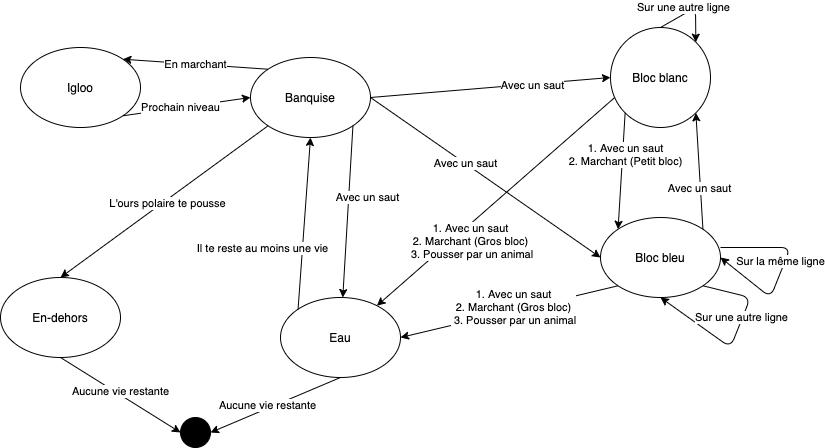
Earlier version of the draw.io export images/frostbite-pdm.png (Maesimt/frost-bite-learning). Source tidied: cells renumbered, new cells last; positions are measured from the earlier drawing's top-left corner, leaving out a move shared by most shapes. The source it was exported from:
```xml
<mxGraphModel>
  <root>
    <mxCell id="0" />
    <mxCell id="1" parent="0" />
    <mxCell id="2" value="Banquise" style="ellipse;whiteSpace=wrap;html=1;" parent="1" vertex="1">
      <mxGeometry x="250" y="50" width="120" height="80" as="geometry" />
    </mxCell>
    <mxCell id="3" value="Bloc blanc" style="ellipse;whiteSpace=wrap;html=1;" parent="1" vertex="1">
      <mxGeometry x="610" y="20" width="100" height="100" as="geometry" />
    </mxCell>
    <mxCell id="4" style="ellipse;whiteSpace=wrap;html=1;fillColor=#000000;" parent="1" vertex="1">
      <mxGeometry x="180" y="410" width="30" height="30" as="geometry" />
    </mxCell>
    <mxCell id="5" style="endArrow=classic;html=1;exitX=1;exitY=0.5;exitDx=0;exitDy=0;entryX=0;entryY=0.5;entryDx=0;entryDy=0;" parent="1" edge="1" source="2" target="3">
      <mxGeometry relative="1" as="geometry" />
    </mxCell>
    <mxCell id="6" value="Avec un saut" style="edgeLabel;html=1;align=center;verticalAlign=middle;" parent="5" vertex="1">
      <mxGeometry x="0.34" y="-1" relative="1" as="geometry" />
    </mxCell>
    <mxCell id="7" value="Igloo" style="ellipse;whiteSpace=wrap;html=1;fillColor=#FFFFFF;" parent="1" vertex="1">
      <mxGeometry x="20" y="40" width="120" height="80" as="geometry" />
    </mxCell>
    <mxCell id="8" value="Eau" style="ellipse;whiteSpace=wrap;html=1;fillColor=#FFFFFF;" parent="1" vertex="1">
      <mxGeometry x="280" y="290" width="120" height="80" as="geometry" />
    </mxCell>
    <mxCell id="9" style="endArrow=classic;html=1;exitX=0;exitY=0;exitDx=0;exitDy=0;entryX=0.5;entryY=1;entryDx=0;entryDy=0;" parent="1" edge="1" source="8" target="2">
      <mxGeometry relative="1" as="geometry" />
    </mxCell>
    <mxCell id="10" value="Il te reste au moins une vie" style="edgeLabel;html=1;align=center;verticalAlign=middle;" parent="9" vertex="1">
      <mxGeometry x="-0.29" y="3" relative="1" as="geometry">
        <mxPoint x="-37" as="offset" />
      </mxGeometry>
    </mxCell>
    <mxCell id="11" value="En-dehors" style="ellipse;whiteSpace=wrap;html=1;fillColor=#FFFFFF;" parent="1" vertex="1">
      <mxGeometry y="270" width="120" height="80" as="geometry" />
    </mxCell>
    <mxCell id="12" style="endArrow=classic;html=1;exitX=1;exitY=1;exitDx=0;exitDy=0;" parent="1" edge="1" source="2" target="8">
      <mxGeometry relative="1" as="geometry" />
    </mxCell>
    <mxCell id="13" value="Avec un saut" style="edgeLabel;html=1;align=center;verticalAlign=middle;" parent="12" vertex="1">
      <mxGeometry x="-0.29" relative="1" as="geometry">
        <mxPoint x="17.6" y="10.7" as="offset" />
      </mxGeometry>
    </mxCell>
    <mxCell id="14" style="endArrow=classic;html=1;exitX=0;exitY=1;exitDx=0;exitDy=0;entryX=0.5;entryY=0;entryDx=0;entryDy=0;" parent="1" edge="1" source="2" target="11">
      <mxGeometry relative="1" as="geometry" />
    </mxCell>
    <mxCell id="15" value="L'ours polaire te pousse" style="edgeLabel;html=1;align=center;verticalAlign=middle;" parent="14" vertex="1">
      <mxGeometry x="-0.02" y="3" relative="1" as="geometry" />
    </mxCell>
    <mxCell id="16" style="endArrow=classic;html=1;exitX=0.5;exitY=1;exitDx=0;exitDy=0;entryX=0;entryY=0.5;entryDx=0;entryDy=0;" parent="1" edge="1" source="11" target="4">
      <mxGeometry relative="1" as="geometry" />
    </mxCell>
    <mxCell id="17" value="Aucune vie restante" style="edgeLabel;html=1;align=center;verticalAlign=middle;" parent="16" vertex="1">
      <mxGeometry x="-0.04" y="3" relative="1" as="geometry" />
    </mxCell>
    <mxCell id="18" style="endArrow=classic;html=1;exitX=0.5;exitY=1;exitDx=0;exitDy=0;entryX=1;entryY=0.5;entryDx=0;entryDy=0;" parent="1" edge="1" source="8" target="4">
      <mxGeometry relative="1" as="geometry" />
    </mxCell>
    <mxCell id="19" value="Aucune vie restante" style="edgeLabel;html=1;align=center;verticalAlign=middle;" parent="18" vertex="1">
      <mxGeometry x="0.1" y="-3" relative="1" as="geometry" />
    </mxCell>
    <mxCell id="20" value="En marchant" style="endArrow=classic;html=1;exitX=0;exitY=0;exitDx=0;exitDy=0;entryX=1;entryY=0;entryDx=0;entryDy=0;" parent="1" edge="1" source="2" target="7">
      <mxGeometry relative="1" as="geometry" />
    </mxCell>
    <mxCell id="21" value="Bloc bleu" style="ellipse;whiteSpace=wrap;html=1;fillColor=#FFFFFF;" parent="1" vertex="1">
      <mxGeometry x="600" y="210" width="120" height="80" as="geometry" />
    </mxCell>
    <mxCell id="22" value="1. Avec un saut&lt;br&gt;2. Marchant (Petit bloc)" style="endArrow=classic;html=1;exitX=0;exitY=1;exitDx=0;exitDy=0;entryX=0;entryY=0;entryDx=0;entryDy=0;" parent="1" edge="1" source="3" target="21">
      <mxGeometry x="-0.28" y="3" relative="1" as="geometry" />
    </mxCell>
    <mxCell id="23" style="endArrow=classic;html=1;exitX=0.5;exitY=0;exitDx=0;exitDy=0;entryX=1;entryY=0;entryDx=0;entryDy=0;elbow=vertical;" parent="1" edge="1" source="3" target="3">
      <mxGeometry relative="1" as="geometry">
        <Array as="points">
          <mxPoint x="695" />
        </Array>
      </mxGeometry>
    </mxCell>
    <mxCell id="24" value="Sur une autre ligne" style="edgeLabel;html=1;align=center;verticalAlign=middle;" parent="23" vertex="1">
      <mxGeometry x="-0.29" y="2" relative="1" as="geometry">
        <mxPoint y="-4.9" as="offset" />
      </mxGeometry>
    </mxCell>
    <mxCell id="25" style="endArrow=classic;html=1;exitX=1;exitY=0.5;exitDx=0;exitDy=0;entryX=0;entryY=0.5;entryDx=0;entryDy=0;" parent="1" edge="1" source="2" target="21">
      <mxGeometry relative="1" as="geometry" />
    </mxCell>
    <mxCell id="26" value="Avec un saut" style="edgeLabel;html=1;align=center;verticalAlign=middle;" parent="25" vertex="1">
      <mxGeometry x="-0.18" relative="1" as="geometry" />
    </mxCell>
    <mxCell id="27" style="endArrow=classic;html=1;exitX=1;exitY=0;exitDx=0;exitDy=0;entryX=1;entryY=1;entryDx=0;entryDy=0;" parent="1" edge="1" source="21" target="3">
      <mxGeometry relative="1" as="geometry" />
    </mxCell>
    <mxCell id="28" value="Avec un saut" style="edgeLabel;html=1;align=center;verticalAlign=middle;" parent="27" vertex="1">
      <mxGeometry x="-0.3" y="1" relative="1" as="geometry" />
    </mxCell>
    <mxCell id="29" style="endArrow=classic;html=1;entryX=1;entryY=0.5;entryDx=0;entryDy=0;" parent="1" edge="1" target="21">
      <mxGeometry relative="1" as="geometry">
        <mxPoint x="720" y="240" as="sourcePoint" />
        <Array as="points">
          <mxPoint x="790" y="240" />
          <mxPoint x="770" y="290" />
        </Array>
      </mxGeometry>
    </mxCell>
    <mxCell id="30" value="Sur la même ligne" style="edgeLabel;html=1;align=center;verticalAlign=middle;" parent="29" vertex="1">
      <mxGeometry x="0.09" y="-4" relative="1" as="geometry">
        <mxPoint x="5.1" y="-15.4" as="offset" />
      </mxGeometry>
    </mxCell>
    <mxCell id="31" style="endArrow=classic;html=1;exitX=1;exitY=1;exitDx=0;exitDy=0;entryX=0.5;entryY=1;entryDx=0;entryDy=0;" parent="1" edge="1" source="21" target="21">
      <mxGeometry relative="1" as="geometry">
        <Array as="points">
          <mxPoint x="750" y="290" />
          <mxPoint x="730" y="340" />
        </Array>
      </mxGeometry>
    </mxCell>
    <mxCell id="32" value="Sur une autre ligne" style="edgeLabel;html=1;align=center;verticalAlign=middle;" parent="31" vertex="1">
      <mxGeometry x="-0.44" y="1" relative="1" as="geometry">
        <mxPoint x="-9.4" y="15.9" as="offset" />
      </mxGeometry>
    </mxCell>
    <mxCell id="33" style="endArrow=classic;html=1;exitX=1;exitY=1;exitDx=0;exitDy=0;entryX=0;entryY=0.5;entryDx=0;entryDy=0;" parent="1" edge="1" source="7" target="2">
      <mxGeometry relative="1" as="geometry" />
    </mxCell>
    <mxCell id="34" value="Prochain niveau" style="edgeLabel;html=1;align=center;verticalAlign=middle;" parent="33" vertex="1">
      <mxGeometry x="-0.28" y="-3" relative="1" as="geometry">
        <mxPoint x="10.6" y="-4.6" as="offset" />
      </mxGeometry>
    </mxCell>
    <mxCell id="35" style="endArrow=classic;html=1;exitX=0.04;exitY=0.702;exitDx=0;exitDy=0;exitPerimeter=0;" parent="1" edge="1" source="3" target="8">
      <mxGeometry relative="1" as="geometry" />
    </mxCell>
    <mxCell id="36" value="1. Avec un saut&lt;br&gt;&amp;nbsp;2. Marchant (Gros bloc)&amp;nbsp;&lt;br&gt;&amp;nbsp;3. Pousser par un animal" style="edgeLabel;html=1;align=center;verticalAlign=middle;rotation=0;" parent="35" vertex="1">
      <mxGeometry x="0.44" y="1" relative="1" as="geometry">
        <mxPoint x="25.4" y="-7.4" as="offset" />
      </mxGeometry>
    </mxCell>
    <mxCell id="37" style="endArrow=classic;html=1;exitX=0;exitY=1;exitDx=0;exitDy=0;entryX=1;entryY=0.5;entryDx=0;entryDy=0;" parent="1" edge="1" source="21" target="8">
      <mxGeometry relative="1" as="geometry" />
    </mxCell>
    <mxCell id="38" value="1. Avec un saut&lt;br&gt;&amp;nbsp;2. Marchant (Gros bloc)&amp;nbsp;&lt;br&gt;&amp;nbsp;3. Pousser par un animal" style="edgeLabel;html=1;align=center;verticalAlign=middle;" parent="37" vertex="1">
      <mxGeometry x="-0.05" y="-4" relative="1" as="geometry" />
    </mxCell>
  </root>
</mxGraphModel>
```
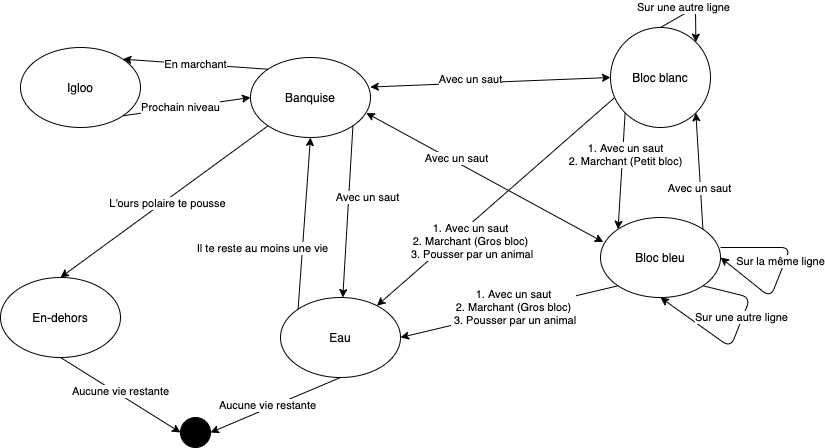
Above is the later version.

Change to the diagram source:
```diff
@@ -11,12 +11,6 @@
     <mxCell id="4" style="ellipse;whiteSpace=wrap;html=1;fillColor=#000000;" parent="1" vertex="1">
       <mxGeometry x="180" y="410" width="30" height="30" as="geometry" />
     </mxCell>
-    <mxCell id="5" style="endArrow=classic;html=1;exitX=1;exitY=0.5;exitDx=0;exitDy=0;entryX=0;entryY=0.5;entryDx=0;entryDy=0;" parent="1" edge="1" source="2" target="3">
-      <mxGeometry relative="1" as="geometry" />
-    </mxCell>
-    <mxCell id="6" value="Avec un saut" style="edgeLabel;html=1;align=center;verticalAlign=middle;" parent="5" vertex="1">
-      <mxGeometry x="0.34" y="-1" relative="1" as="geometry" />
-    </mxCell>
     <mxCell id="7" value="Igloo" style="ellipse;whiteSpace=wrap;html=1;fillColor=#FFFFFF;" parent="1" vertex="1">
       <mxGeometry x="20" y="40" width="120" height="80" as="geometry" />
     </mxCell>
@@ -81,12 +75,6 @@
         <mxPoint y="-4.9" as="offset" />
       </mxGeometry>
     </mxCell>
-    <mxCell id="25" style="endArrow=classic;html=1;exitX=1;exitY=0.5;exitDx=0;exitDy=0;entryX=0;entryY=0.5;entryDx=0;entryDy=0;" parent="1" edge="1" source="2" target="21">
-      <mxGeometry relative="1" as="geometry" />
-    </mxCell>
-    <mxCell id="26" value="Avec un saut" style="edgeLabel;html=1;align=center;verticalAlign=middle;" parent="25" vertex="1">
-      <mxGeometry x="-0.18" relative="1" as="geometry" />
-    </mxCell>
     <mxCell id="27" style="endArrow=classic;html=1;exitX=1;exitY=0;exitDx=0;exitDy=0;entryX=1;entryY=1;entryDx=0;entryDy=0;" parent="1" edge="1" source="21" target="3">
       <mxGeometry relative="1" as="geometry" />
     </mxCell>
@@ -142,5 +130,19 @@
     <mxCell id="38" value="1. Avec un saut&lt;br&gt;&amp;nbsp;2. Marchant (Gros bloc)&amp;nbsp;&lt;br&gt;&amp;nbsp;3. Pousser par un animal" style="edgeLabel;html=1;align=center;verticalAlign=middle;" parent="37" vertex="1">
       <mxGeometry x="-0.05" y="-4" relative="1" as="geometry" />
     </mxCell>
+    <mxCell id="25" style="endArrow=classic;startArrow=classic;html=1;exitX=0.965;exitY=0.694;exitDx=0;exitDy=0;exitPerimeter=0;entryX=0.023;entryY=0.307;entryDx=0;entryDy=0;entryPerimeter=0;" parent="1" edge="1" source="2" target="21">
+      <mxGeometry relative="1" as="geometry" />
+    </mxCell>
+    <mxCell id="39" value="Avec un saut" style="edgeLabel;html=1;align=center;verticalAlign=middle;" parent="25" vertex="1">
+      <mxGeometry x="-0.25" y="4" relative="1" as="geometry">
+        <mxPoint x="-1" as="offset" />
+      </mxGeometry>
+    </mxCell>
+    <mxCell id="5" style="endArrow=classic;startArrow=classic;html=1;exitX=0.998;exitY=0.369;exitDx=0;exitDy=0;exitPerimeter=0;entryX=0;entryY=0.5;entryDx=0;entryDy=0;" parent="1" edge="1" source="2" target="3">
+      <mxGeometry relative="1" as="geometry" />
+    </mxCell>
+    <mxCell id="40" value="Avec un saut" style="edgeLabel;html=1;align=center;verticalAlign=middle;" parent="5" vertex="1">
+      <mxGeometry x="-0.17" y="4" relative="1" as="geometry" />
+    </mxCell>
   </root>
 </mxGraphModel>
```
